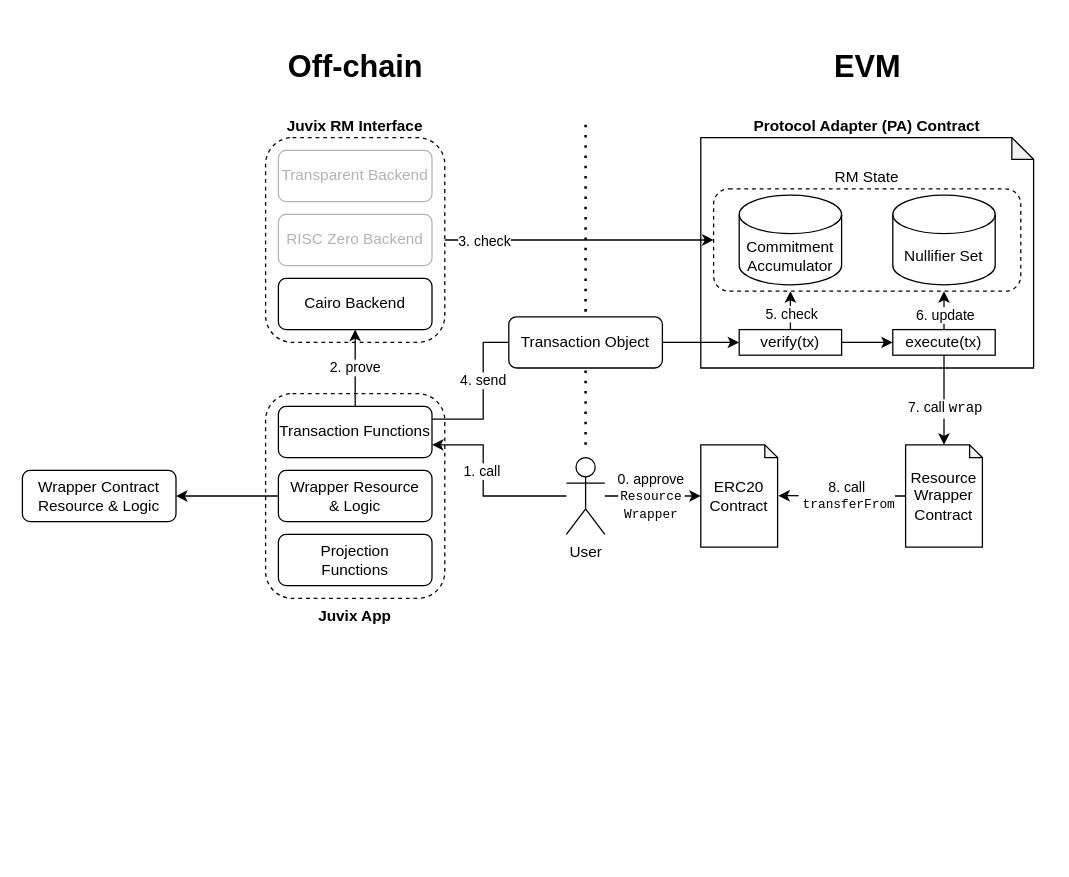
anoma/evm-protocol-adapter keeps this draw.io diagram as page "PA v2" (1 of 3) of EVMProtocolAdapter.drawio. Above is the earlier version. Source tidied: cells renumbered, new cells numbered last; positions are measured from the earlier drawing's top-left corner, leaving out a move shared by most shapes. Both pictures are drawn from the tidied source at 128%, with x=0, y=0 at pixel (22, 22).
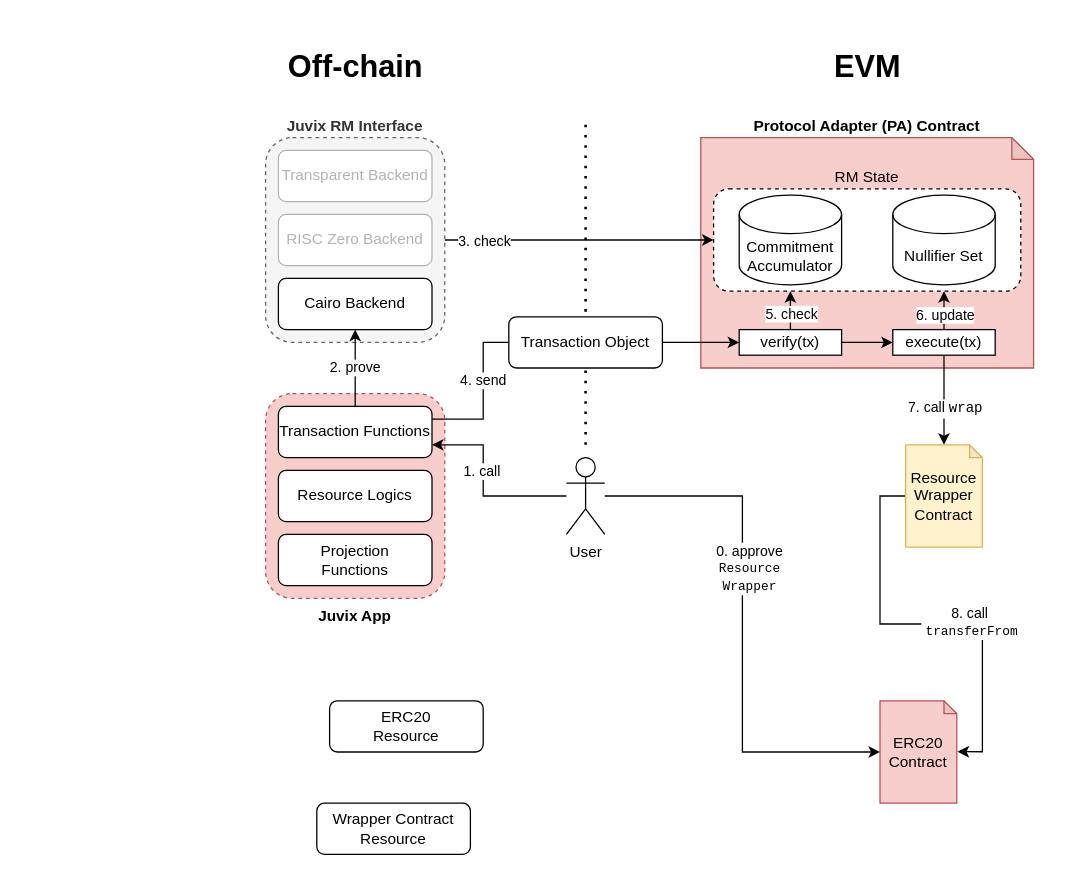
After the change.

The edit, as a diff of the source:
```diff
@@
-    <mxCell id="3" value="&lt;b&gt;Juvix&amp;nbsp;&lt;/b&gt;&lt;b&gt;RM&lt;/b&gt;&lt;b&gt;&amp;nbsp;Interface&lt;/b&gt;" style="rounded=1;whiteSpace=wrap;html=1;dashed=1;labelPosition=center;verticalLabelPosition=top;align=center;verticalAlign=bottom;" parent="1" vertex="1">
+    <mxCell id="3" value="&lt;b&gt;Juvix&amp;nbsp;&lt;/b&gt;&lt;b&gt;RM&lt;/b&gt;&lt;b&gt;&amp;nbsp;Interface&lt;/b&gt;" style="rounded=1;whiteSpace=wrap;html=1;dashed=1;labelPosition=center;verticalLabelPosition=top;align=center;verticalAlign=bottom;fillColor=#f5f5f5;fontColor=#333333;strokeColor=#666666;" parent="1" vertex="1">
       <mxGeometry x="190" y="90" width="140" height="160" as="geometry" />
     </mxCell>
-    <mxCell id="4" value="&lt;b&gt;Juvix App&lt;/b&gt;" style="rounded=1;whiteSpace=wrap;html=1;dashed=1;labelPosition=center;verticalLabelPosition=bottom;align=center;verticalAlign=top;" parent="1" vertex="1">
+    <mxCell id="4" value="&lt;b&gt;Juvix App&lt;/b&gt;" style="rounded=1;whiteSpace=wrap;html=1;dashed=1;labelPosition=center;verticalLabelPosition=bottom;align=center;verticalAlign=top;fillColor=#f8cecc;strokeColor=#b85450;" parent="1" vertex="1">
       <mxGeometry x="190" y="290" width="140" height="160" as="geometry" />
     </mxCell>
-    <mxCell id="5" value="&lt;b&gt;Protocol Adapter (PA) Contract&lt;/b&gt;" style="shape=note;whiteSpace=wrap;html=1;backgroundOutline=1;darkOpacity=0.05;size=17;labelPosition=center;verticalLabelPosition=top;align=center;verticalAlign=bottom;" parent="1" vertex="1">
+    <mxCell id="5" value="&lt;b&gt;Protocol Adapter (PA) Contract&lt;/b&gt;" style="shape=note;whiteSpace=wrap;html=1;backgroundOutline=1;darkOpacity=0.05;size=17;labelPosition=center;verticalLabelPosition=top;align=center;verticalAlign=bottom;fillColor=#f8cecc;strokeColor=#b85450;" parent="1" vertex="1">
       <mxGeometry x="530" y="90" width="260" height="180" as="geometry" />
     </mxCell>
@@
-    <mxCell id="12" value="ERC20&lt;br&gt;Contract" style="shape=note;whiteSpace=wrap;html=1;backgroundOutline=1;darkOpacity=0.05;size=10;" parent="1" vertex="1">
-      <mxGeometry x="530" y="330" width="60" height="80" as="geometry" />
+    <mxCell id="12" value="ERC20&lt;br&gt;Contract" style="shape=note;whiteSpace=wrap;html=1;backgroundOutline=1;darkOpacity=0.05;size=10;fillColor=#f8cecc;strokeColor=#b85450;" parent="1" vertex="1">
+      <mxGeometry x="670" y="530" width="60" height="80" as="geometry" />
     </mxCell>
@@
-    <mxCell id="29" value="Wrapper Resource&lt;br&gt;&amp;amp; Logic" style="rounded=1;whiteSpace=wrap;html=1;" parent="1" vertex="1">
+    <mxCell id="29" value="Resource Logics" style="rounded=1;whiteSpace=wrap;html=1;" parent="1" vertex="1">
       <mxGeometry x="200" y="350" width="120" height="40" as="geometry" />
     </mxCell>
@@
-    <mxCell id="37" value="Resource&lt;br&gt;Wrapper&lt;br&gt;Contract" style="shape=note;whiteSpace=wrap;html=1;backgroundOutline=1;darkOpacity=0.05;size=10;" parent="1" vertex="1">
+    <mxCell id="37" value="Resource&lt;br&gt;Wrapper&lt;br&gt;Contract" style="shape=note;whiteSpace=wrap;html=1;backgroundOutline=1;darkOpacity=0.05;size=10;fillColor=#fff2cc;strokeColor=#d6b656;" parent="1" vertex="1">
       <mxGeometry x="690" y="330" width="60" height="80" as="geometry" />
     </mxCell>
@@
-    <mxCell id="44" value="Wrapper Contract Resource &amp;amp; Logic" style="rounded=1;whiteSpace=wrap;html=1;" parent="1" vertex="1">
-      <mxGeometry y="350" width="120" height="40" as="geometry" />
-    </mxCell>
-    <mxCell id="45" style="edgeStyle=orthogonalEdgeStyle;rounded=0;jettySize=auto;html=1;entryX=1;entryY=0.5;entryDx=0;entryDy=0;jumpStyle=none;exitX=0;exitY=0.5;exitDx=0;exitDy=0;" parent="1" edge="1" source="29" target="44">
-      <mxGeometry relative="1" as="geometry">
-        <Array as="points">
-          <mxPoint x="190" y="370" />
-          <mxPoint x="190" y="370" />
-        </Array>
-      </mxGeometry>
-    </mxCell>
+    <mxCell id="46" value="ERC20&lt;div&gt;Resource&lt;/div&gt;" style="rounded=1;whiteSpace=wrap;html=1;" parent="1" vertex="1">
+      <mxGeometry x="240" y="530" width="120" height="40" as="geometry" />
+    </mxCell>
+    <mxCell id="47" value="Wrapper Contract Resource" style="rounded=1;whiteSpace=wrap;html=1;" parent="1" vertex="1">
+      <mxGeometry x="230" y="610" width="120" height="40" as="geometry" />
+    </mxCell>
```
